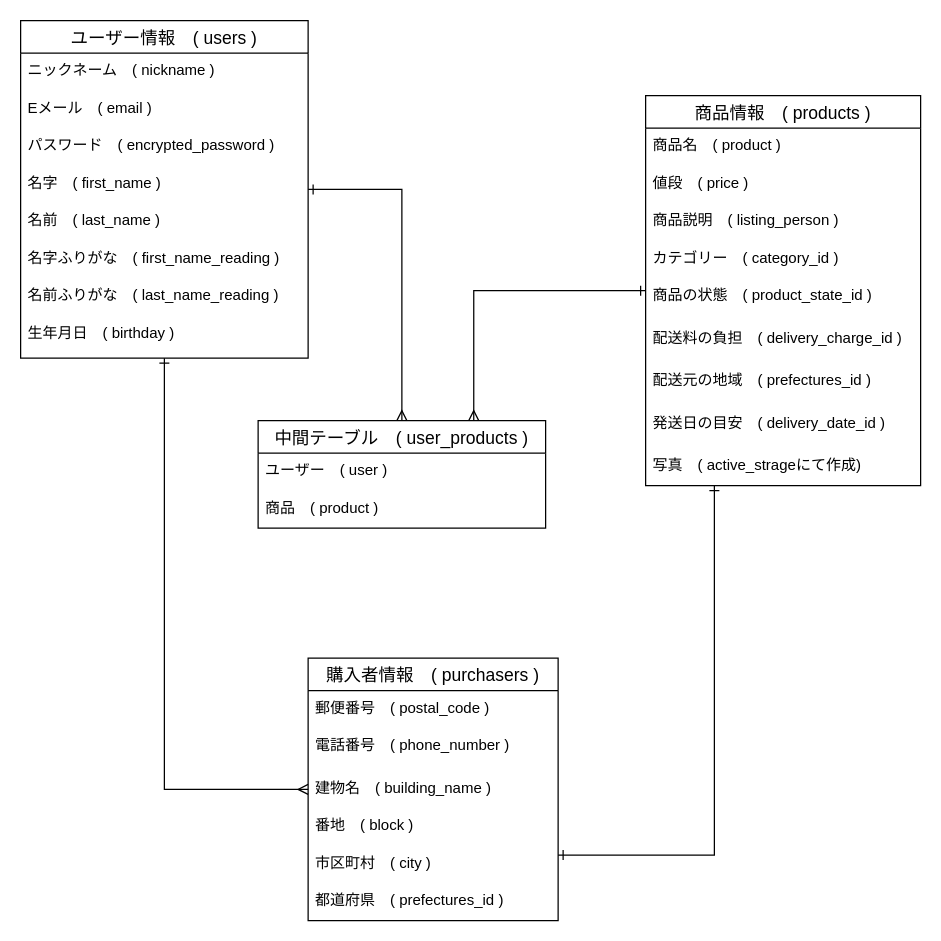
This is furima_ER.dio from YM520-M94/furima-34252, a draw.io file, before an edit. Source tidied: cells renumbered, new cells numbered last; positions are measured from the earlier drawing's top-left corner, leaving out a move shared by most shapes. Both pictures are drawn from the tidied source at 125%, with x=0, y=0 at pixel (20, 20).
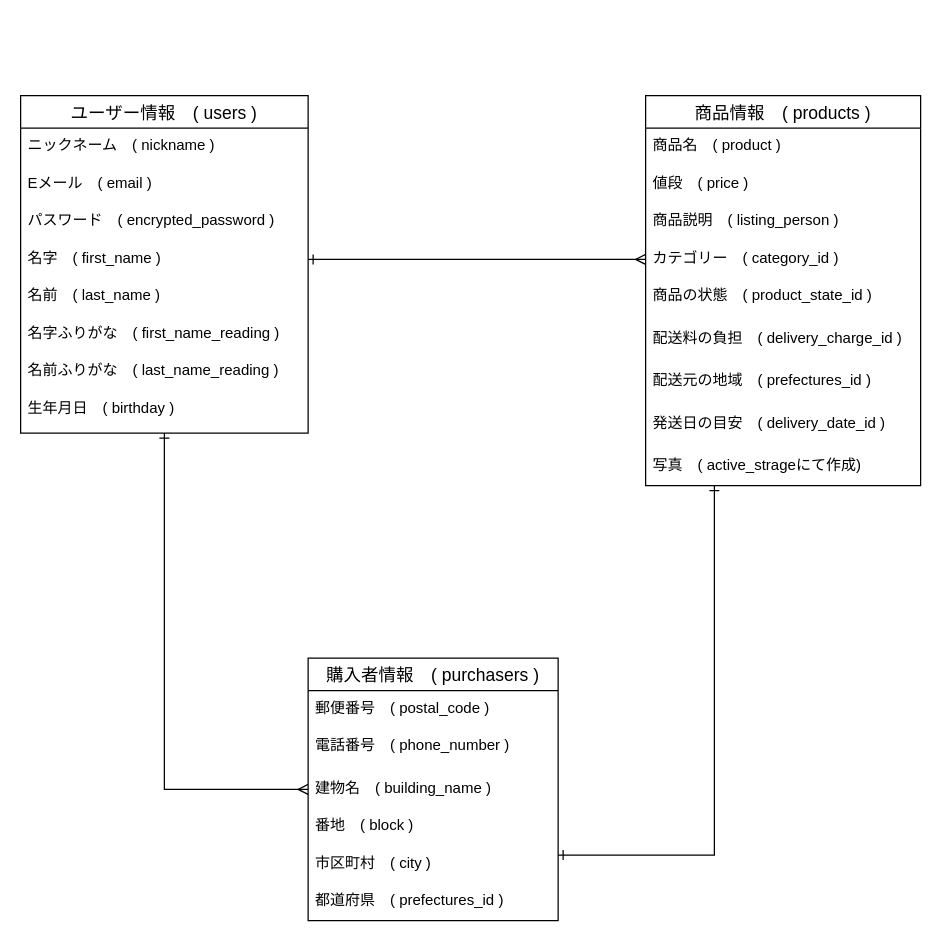
The same diagram, later.

Commit message:
修正2) DB設計　ER図作成

Unchanged cells that the change refers to:
```xml
<mxCell id="11" value="商品情報　( products )" style="swimlane;fontStyle=0;horizontal=1;startSize=26;align=center;fontSize=14;" parent="1" vertex="1">
  <mxGeometry x="500" y="60" width="220" height="312" as="geometry" />
</mxCell>
<mxCell id="15" value="カテゴリー　( category_id )" style="text;strokeColor=none;fillColor=none;spacingLeft=4;spacingRight=4;overflow=hidden;points=[[0,0.5],[1,0.5]];portConstraint=eastwest;fontSize=12;" parent="11" vertex="1">
  <mxGeometry y="116" width="220" height="30" as="geometry" />
</mxCell>
<mxCell id="28" value="名字　( first_name )" style="text;strokeColor=none;fillColor=none;spacingLeft=4;spacingRight=4;overflow=hidden;points=[[0,0.5],[1,0.5]];portConstraint=eastwest;fontSize=12;" parent="24" vertex="1">
  <mxGeometry y="116" width="230" height="30" as="geometry" />
</mxCell>
```

The edit, as a diff of the source:
```diff
@@
-    <mxCell id="10" style="edgeStyle=orthogonalEdgeStyle;rounded=0;jettySize=auto;html=1;exitX=0;exitY=0.5;exitDx=0;exitDy=0;entryX=0.75;entryY=0;entryDx=0;entryDy=0;endArrow=ERmany;endFill=0;startArrow=ERone;startFill=0;" parent="1" edge="1" source="11" target="33">
-      <mxGeometry relative="1" as="geometry" />
-    </mxCell>
@@
-    <mxCell id="22" style="edgeStyle=orthogonalEdgeStyle;rounded=0;jettySize=auto;html=1;exitX=1;exitY=0.5;exitDx=0;exitDy=0;entryX=0.5;entryY=0;entryDx=0;entryDy=0;endArrow=ERmany;endFill=0;startArrow=ERone;startFill=0;" parent="1" edge="1" source="24" target="33">
-      <mxGeometry relative="1" as="geometry" />
-    </mxCell>
@@
     <mxCell id="24" value="ユーザー情報　( users )" style="swimlane;fontStyle=0;horizontal=1;startSize=26;align=center;fontSize=14;" parent="1" vertex="1">
-      <mxGeometry width="230" height="270" as="geometry" />
+      <mxGeometry y="60" width="230" height="270" as="geometry" />
     </mxCell>
@@
-    <mxCell id="33" value="中間テーブル　( user_products )" style="swimlane;fontStyle=0;horizontal=1;startSize=26;align=center;fontSize=14;" parent="1" vertex="1">
-      <mxGeometry x="190" y="320" width="230" height="86" as="geometry" />
-    </mxCell>
-    <mxCell id="34" value="ユーザー　( user )" style="text;strokeColor=none;fillColor=none;spacingLeft=4;spacingRight=4;overflow=hidden;fontSize=12;" parent="33" vertex="1">
-      <mxGeometry y="26" width="230" height="30" as="geometry" />
-    </mxCell>
-    <mxCell id="35" value="商品　( product )" style="text;strokeColor=none;fillColor=none;spacingLeft=4;spacingRight=4;overflow=hidden;fontSize=12;" parent="33" vertex="1">
-      <mxGeometry y="56" width="230" height="30" as="geometry" />
-    </mxCell>
+    <mxCell id="36" style="edgeStyle=orthogonalEdgeStyle;rounded=0;jettySize=auto;html=1;exitX=1;exitY=0.5;exitDx=0;exitDy=0;entryX=0;entryY=0.5;entryDx=0;entryDy=0;endArrow=ERmany;endFill=0;startArrow=ERone;startFill=0;" parent="1" edge="1" source="28" target="15">
+      <mxGeometry relative="1" as="geometry" />
+    </mxCell>
```
